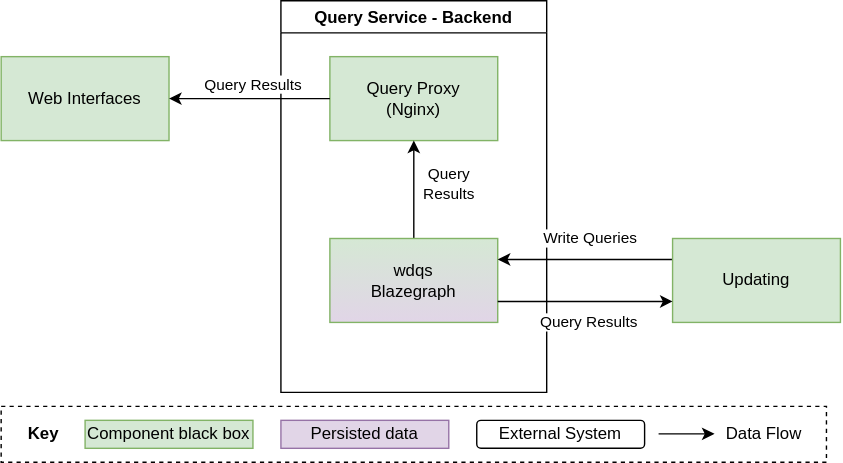
The draw.io diagram systems/Query/diagrams/05-01-backend.drawio.svg in wmde/wikidata-wikibase-architecture, before a commit. Source tidied: cells renumbered, new cells last; positions are measured from the earlier drawing's top-left corner, leaving out a move shared by most shapes. Source of this version:
```xml
<mxGraphModel>
  <root>
    <mxCell id="0" />
    <mxCell id="1" parent="0" />
    <mxCell id="2" value="Query Service - Backend" style="swimlane;" parent="1" vertex="1">
      <mxGeometry x="200" width="190" height="280" as="geometry" />
    </mxCell>
    <mxCell id="3" value="Query Proxy&lt;br&gt;(Nginx)" style="rounded=0;whiteSpace=wrap;html=1;fillColor=#d5e8d4;strokeColor=#82b366;" parent="2" vertex="1">
      <mxGeometry x="35" y="40" width="120" height="60" as="geometry" />
    </mxCell>
    <mxCell id="4" style="edgeStyle=orthogonalEdgeStyle;rounded=0;jettySize=auto;html=1;entryX=0.5;entryY=1;entryDx=0;entryDy=0;" parent="2" edge="1" source="6" target="3">
      <mxGeometry relative="1" as="geometry" />
    </mxCell>
    <mxCell id="5" value="Query&lt;br&gt;Results" style="edgeLabel;html=1;align=center;verticalAlign=middle;" parent="4" vertex="1">
      <mxGeometry x="0.33" relative="1" as="geometry">
        <mxPoint x="25" y="7" as="offset" />
      </mxGeometry>
    </mxCell>
    <mxCell id="6" value="wdqs&lt;br&gt;Blazegraph" style="rounded=0;whiteSpace=wrap;html=1;fillColor=#d5e8d4;strokeColor=#82b366;gradientColor=#E1D5E7;" parent="2" vertex="1">
      <mxGeometry x="35" y="170" width="120" height="60" as="geometry" />
    </mxCell>
    <mxCell id="7" style="rounded=0;whiteSpace=wrap;html=1;fillColor=none;dashed=1;" parent="1" vertex="1">
      <mxGeometry y="290" width="590" height="40" as="geometry" />
    </mxCell>
    <mxCell id="8" value="&lt;b&gt;Key&lt;/b&gt;" style="text;html=1;align=center;verticalAlign=middle;strokeColor=none;" parent="1" vertex="1">
      <mxGeometry x="10" y="300" width="40" height="20" as="geometry" />
    </mxCell>
    <mxCell id="9" value="Component black box" style="rounded=0;whiteSpace=wrap;html=1;align=center;fillColor=#d5e8d4;strokeColor=#82b366;" parent="1" vertex="1">
      <mxGeometry x="60" y="300" width="120" height="20" as="geometry" />
    </mxCell>
    <mxCell id="10" value="Persisted data" style="rounded=0;whiteSpace=wrap;html=1;align=center;fillColor=#e1d5e7;strokeColor=#9673a6;" parent="1" vertex="1">
      <mxGeometry x="200" y="300" width="120" height="20" as="geometry" />
    </mxCell>
    <mxCell id="11" value="External System" style="rounded=1;whiteSpace=wrap;html=1;align=center;" parent="1" vertex="1">
      <mxGeometry x="340" y="300" width="120" height="20" as="geometry" />
    </mxCell>
    <mxCell id="12" value="Web Interfaces" style="rounded=0;whiteSpace=wrap;html=1;fillColor=#d5e8d4;strokeColor=#82b366;" parent="1" vertex="1">
      <mxGeometry y="40" width="120" height="60" as="geometry" />
    </mxCell>
    <mxCell id="13" style="edgeStyle=orthogonalEdgeStyle;rounded=0;jettySize=auto;html=1;entryX=1;entryY=0.25;entryDx=0;entryDy=0;exitX=0;exitY=0.25;exitDx=0;exitDy=0;" parent="1" edge="1" source="15" target="6">
      <mxGeometry relative="1" as="geometry" />
    </mxCell>
    <mxCell id="14" value="Write Queries" style="edgeLabel;html=1;align=center;verticalAlign=middle;" parent="13" vertex="1">
      <mxGeometry x="0.24" y="-3" relative="1" as="geometry">
        <mxPoint x="18" y="-12" as="offset" />
      </mxGeometry>
    </mxCell>
    <mxCell id="15" value="Updating" style="rounded=0;whiteSpace=wrap;html=1;fillColor=#d5e8d4;strokeColor=#82b366;" parent="1" vertex="1">
      <mxGeometry x="480" y="170" width="120" height="60" as="geometry" />
    </mxCell>
    <mxCell id="16" style="edgeStyle=orthogonalEdgeStyle;rounded=0;jettySize=auto;html=1;exitX=1;exitY=0.75;exitDx=0;exitDy=0;entryX=0;entryY=0.75;entryDx=0;entryDy=0;" parent="1" edge="1" source="6" target="15">
      <mxGeometry relative="1" as="geometry" />
    </mxCell>
    <mxCell id="17" value="Query Results" style="edgeLabel;html=1;align=center;verticalAlign=middle;" parent="16" vertex="1">
      <mxGeometry x="-0.16" y="-2" relative="1" as="geometry">
        <mxPoint x="12" y="13" as="offset" />
      </mxGeometry>
    </mxCell>
    <mxCell id="18" style="endArrow=classic;html=1;" parent="1" edge="1">
      <mxGeometry relative="1" as="geometry">
        <mxPoint x="470" y="309.7" as="sourcePoint" />
        <mxPoint x="510" y="309.7" as="targetPoint" />
      </mxGeometry>
    </mxCell>
    <mxCell id="19" value="Data Flow" style="text;html=1;align=center;verticalAlign=middle;strokeColor=none;" parent="1" vertex="1">
      <mxGeometry x="510" y="300" width="70" height="20" as="geometry" />
    </mxCell>
    <mxCell id="20" style="edgeStyle=orthogonalEdgeStyle;rounded=0;jettySize=auto;html=1;" parent="1" edge="1" source="3" target="12">
      <mxGeometry relative="1" as="geometry" />
    </mxCell>
    <mxCell id="21" value="Query Results" style="edgeLabel;html=1;align=center;verticalAlign=middle;" parent="20" vertex="1">
      <mxGeometry x="0.34" y="-1" relative="1" as="geometry">
        <mxPoint x="22" y="-9" as="offset" />
      </mxGeometry>
    </mxCell>
  </root>
</mxGraphModel>
```
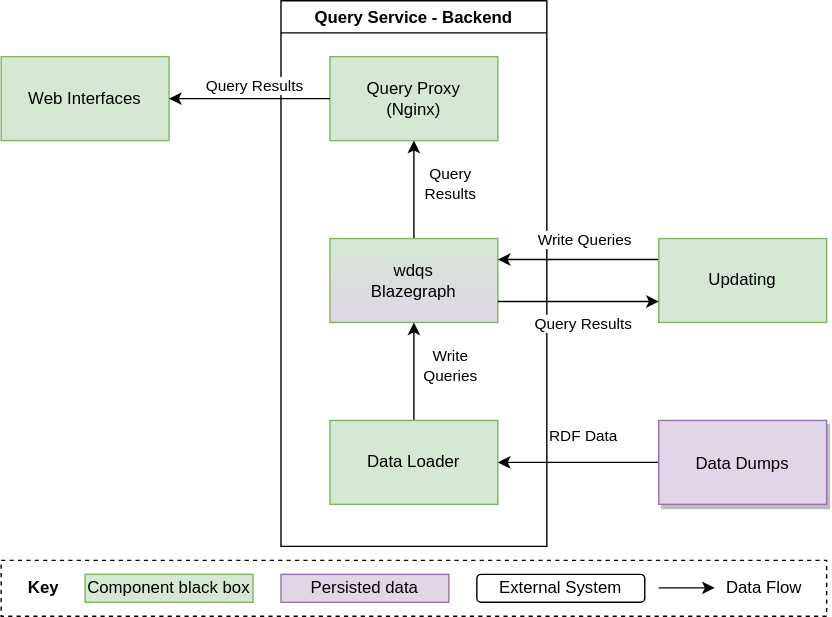
The same file after the commit.

Commit message:
Add loading data from a dump

Diff of the diagram source:
```diff
@@ -3,7 +3,7 @@
     <mxCell id="0" />
     <mxCell id="1" parent="0" />
     <mxCell id="2" value="Query Service - Backend" style="swimlane;" parent="1" vertex="1">
-      <mxGeometry x="200" width="190" height="280" as="geometry" />
+      <mxGeometry x="200" y="-110" width="190" height="390" as="geometry" />
     </mxCell>
     <mxCell id="3" value="Query Proxy&lt;br&gt;(Nginx)" style="rounded=0;whiteSpace=wrap;html=1;fillColor=#d5e8d4;strokeColor=#82b366;" parent="2" vertex="1">
       <mxGeometry x="35" y="40" width="120" height="60" as="geometry" />
@@ -19,6 +19,17 @@
     <mxCell id="6" value="wdqs&lt;br&gt;Blazegraph" style="rounded=0;whiteSpace=wrap;html=1;fillColor=#d5e8d4;strokeColor=#82b366;gradientColor=#E1D5E7;" parent="2" vertex="1">
       <mxGeometry x="35" y="170" width="120" height="60" as="geometry" />
     </mxCell>
+    <mxCell id="22" style="edgeStyle=orthogonalEdgeStyle;rounded=0;jettySize=auto;html=1;entryX=0.5;entryY=1;entryDx=0;entryDy=0;" parent="2" edge="1" source="24" target="6">
+      <mxGeometry relative="1" as="geometry" />
+    </mxCell>
+    <mxCell id="23" value="Write&lt;br&gt;Queries" style="edgeLabel;html=1;align=center;verticalAlign=middle;" parent="22" vertex="1">
+      <mxGeometry x="0.31" y="-1" relative="1" as="geometry">
+        <mxPoint x="24" y="6" as="offset" />
+      </mxGeometry>
+    </mxCell>
+    <mxCell id="24" value="Data Loader" style="rounded=0;whiteSpace=wrap;html=1;fillColor=#d5e8d4;strokeColor=#82b366;" parent="2" vertex="1">
+      <mxGeometry x="35" y="300" width="120" height="60" as="geometry" />
+    </mxCell>
     <mxCell id="7" style="rounded=0;whiteSpace=wrap;html=1;fillColor=none;dashed=1;" parent="1" vertex="1">
       <mxGeometry y="290" width="590" height="40" as="geometry" />
     </mxCell>
@@ -35,7 +46,7 @@
       <mxGeometry x="340" y="300" width="120" height="20" as="geometry" />
     </mxCell>
     <mxCell id="12" value="Web Interfaces" style="rounded=0;whiteSpace=wrap;html=1;fillColor=#d5e8d4;strokeColor=#82b366;" parent="1" vertex="1">
-      <mxGeometry y="40" width="120" height="60" as="geometry" />
+      <mxGeometry y="-70" width="120" height="60" as="geometry" />
     </mxCell>
     <mxCell id="13" style="edgeStyle=orthogonalEdgeStyle;rounded=0;jettySize=auto;html=1;entryX=1;entryY=0.25;entryDx=0;entryDy=0;exitX=0;exitY=0.25;exitDx=0;exitDy=0;" parent="1" edge="1" source="15" target="6">
       <mxGeometry relative="1" as="geometry" />
@@ -46,7 +57,7 @@
       </mxGeometry>
     </mxCell>
     <mxCell id="15" value="Updating" style="rounded=0;whiteSpace=wrap;html=1;fillColor=#d5e8d4;strokeColor=#82b366;" parent="1" vertex="1">
-      <mxGeometry x="480" y="170" width="120" height="60" as="geometry" />
+      <mxGeometry x="470" y="60" width="120" height="60" as="geometry" />
     </mxCell>
     <mxCell id="16" style="edgeStyle=orthogonalEdgeStyle;rounded=0;jettySize=auto;html=1;exitX=1;exitY=0.75;exitDx=0;exitDy=0;entryX=0;entryY=0.75;entryDx=0;entryDy=0;" parent="1" edge="1" source="6" target="15">
       <mxGeometry relative="1" as="geometry" />
@@ -73,5 +84,16 @@
         <mxPoint x="22" y="-9" as="offset" />
       </mxGeometry>
     </mxCell>
+    <mxCell id="25" style="edgeStyle=orthogonalEdgeStyle;rounded=0;jettySize=auto;html=1;entryX=1;entryY=0.5;entryDx=0;entryDy=0;" parent="1" edge="1" source="27" target="24">
+      <mxGeometry relative="1" as="geometry" />
+    </mxCell>
+    <mxCell id="26" value="RDF Data" style="edgeLabel;html=1;align=center;verticalAlign=middle;" parent="25" vertex="1">
+      <mxGeometry x="0.27" y="-2" relative="1" as="geometry">
+        <mxPoint x="18" y="-18" as="offset" />
+      </mxGeometry>
+    </mxCell>
+    <mxCell id="27" value="Data Dumps" style="rounded=0;shadow=1;fontSize=12;strokeColor=#9673a6;direction=west;fillColor=#e1d5e7;" parent="1" vertex="1">
+      <mxGeometry x="470" y="190" width="120" height="60" as="geometry" />
+    </mxCell>
   </root>
 </mxGraphModel>
```
